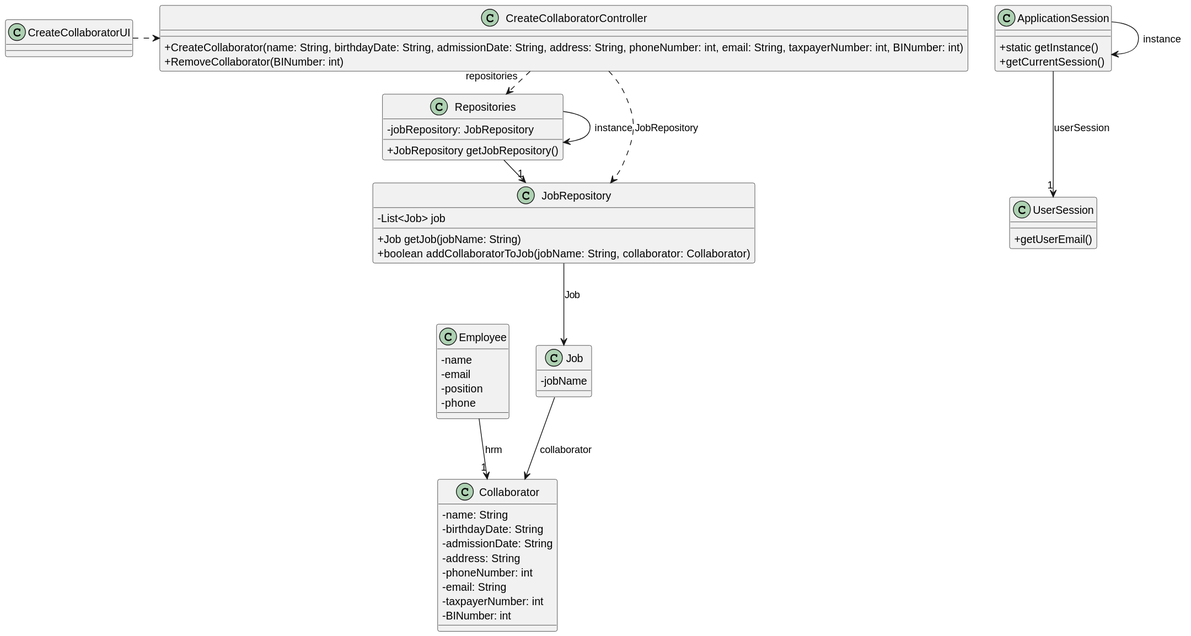
Before: docs/sprintB/us003/03.design/svg/us003-class-diagram.svg, a diagram exported from PlantUML (Departamento-de-Engenharia-Informatica/greenspace-management). Source of this version:
```plantuml
@startuml
skinparam packageStyle rectangle
skinparam shadowing false
skinparam linetype polyline
skinparam linetype orto

skinparam classAttributeIconSize 0


class ApplicationSession
{
    + static getInstance()
    + getCurrentSession()
}

class UserSession
{
    + getUserEmail()
}

class Employee {
    - name
    - email
    - position
    - phone
}

class Job {
    - jobName
}

class Collaborator {
    - name: String
    - birthdayDate: String
    - admissionDate: String
    - address: String
    - phoneNumber: int
    - email: String
    - taxpayerNumber: int
    - BINumber: int
}

class JobRepository{
    - List<Job> job
    + Job getJob(jobName: String)
    + boolean addCollaboratorToJob(jobName: String, collaborator: Collaborator)
}

class CreateCollaboratorUI {
}

class Repositories{
    - jobRepository: JobRepository

    + JobRepository getJobRepository()
}

class CreateCollaboratorController {
    + CreateCollaborator(name: String, birthdayDate: String, admissionDate: String, address: String, phoneNumber: int, email: String, taxpayerNumber: int, BINumber: int)
    + RemoveCollaborator(BINumber: int)
}

Repositories -> Repositories : instance
ApplicationSession -> ApplicationSession : instance

CreateCollaboratorUI .> CreateCollaboratorController

CreateCollaboratorController .> Repositories : repositories

Repositories -> "1" JobRepository

CreateCollaboratorController ..> JobRepository : JobRepository

JobRepository --> Job : Job
Job --> Collaborator : collaborator

ApplicationSession --> "1" UserSession : userSession

Employee --> "1" Collaborator : hrm
@enduml
```
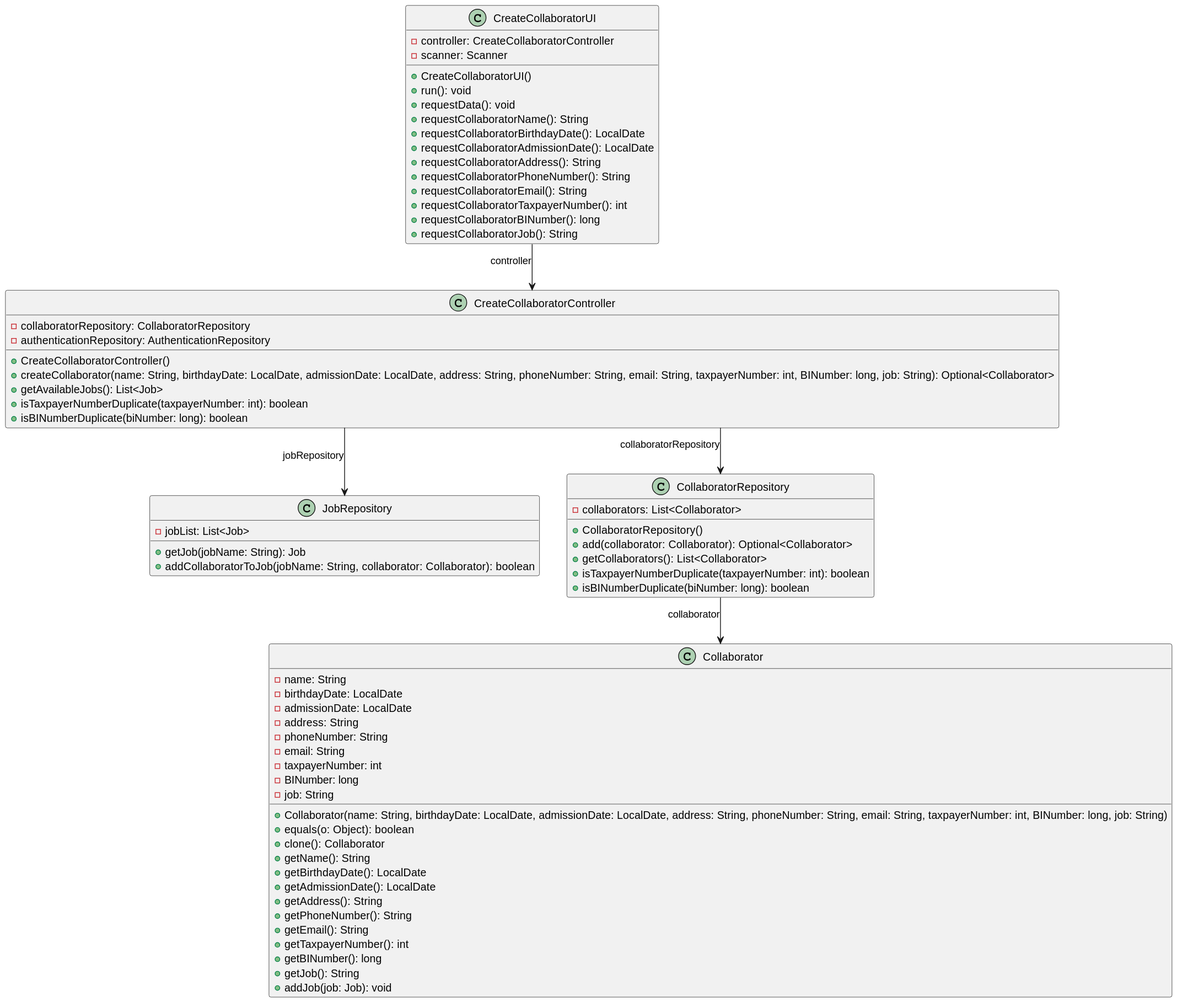
Above is the later version.

What changed in the source:
```diff
@@ -2,79 +2,79 @@
 skinparam packageStyle rectangle
 skinparam shadowing false
 skinparam linetype polyline
-skinparam linetype orto
+skinparam linetype ortho
 
-skinparam classAttributeIconSize 0
+class CreateCollaboratorController {
+    - collaboratorRepository: CollaboratorRepository
+    - authenticationRepository: AuthenticationRepository
+    + CreateCollaboratorController()
+    + createCollaborator(name: String, birthdayDate: LocalDate, admissionDate: LocalDate, address: String, phoneNumber: String, email: String, taxpayerNumber: int, BINumber: long, job: String): Optional<Collaborator>
+    + getAvailableJobs(): List<Job>
+    + isTaxpayerNumberDuplicate(taxpayerNumber: int): boolean
+    + isBINumberDuplicate(biNumber: long): boolean
+}
+
+class CreateCollaboratorUI {
+    - controller: CreateCollaboratorController
+    - scanner: Scanner
+    + CreateCollaboratorUI()
+    + run(): void
+    + requestData(): void
+    + requestCollaboratorName(): String
+    + requestCollaboratorBirthdayDate(): LocalDate
+    + requestCollaboratorAdmissionDate(): LocalDate
+    + requestCollaboratorAddress(): String
+    + requestCollaboratorPhoneNumber(): String
+    + requestCollaboratorEmail(): String
+    + requestCollaboratorTaxpayerNumber(): int
+    + requestCollaboratorBINumber(): long
+    + requestCollaboratorJob(): String
+}
+
+class JobRepository {
+    - jobList: List<Job>
+    + getJob(jobName: String): Job
+    + addCollaboratorToJob(jobName: String, collaborator: Collaborator): boolean
+}
 
 
-class ApplicationSession
-{
-    + static getInstance()
-    + getCurrentSession()
-}
-
-class UserSession
-{
-    + getUserEmail()
-}
-
-class Employee {
-    - name
-    - email
-    - position
-    - phone
-}
-
-class Job {
-    - jobName
-}
 
 class Collaborator {
     - name: String
-    - birthdayDate: String
-    - admissionDate: String
+    - birthdayDate: LocalDate
+    - admissionDate: LocalDate
     - address: String
-    - phoneNumber: int
+    - phoneNumber: String
     - email: String
     - taxpayerNumber: int
-    - BINumber: int
+    - BINumber: long
+    - job: String
+    + Collaborator(name: String, birthdayDate: LocalDate, admissionDate: LocalDate, address: String, phoneNumber: String, email: String, taxpayerNumber: int, BINumber: long, job: String)
+    + equals(o: Object): boolean
+    + clone(): Collaborator
+    + getName(): String
+    + getBirthdayDate(): LocalDate
+    + getAdmissionDate(): LocalDate
+    + getAddress(): String
+    + getPhoneNumber(): String
+    + getEmail(): String
+    + getTaxpayerNumber(): int
+    + getBINumber(): long
+    + getJob(): String
+    + addJob(job: Job): void
 }
 
-class JobRepository{
-    - List<Job> job
-    + Job getJob(jobName: String)
-    + boolean addCollaboratorToJob(jobName: String, collaborator: Collaborator)
+class CollaboratorRepository {
+    - collaborators: List<Collaborator>
+    + CollaboratorRepository()
+    + add(collaborator: Collaborator): Optional<Collaborator>
+    + getCollaborators(): List<Collaborator>
+    + isTaxpayerNumberDuplicate(taxpayerNumber: int): boolean
+    + isBINumberDuplicate(biNumber: long): boolean
 }
 
-class CreateCollaboratorUI {
-}
-
-class Repositories{
-    - jobRepository: JobRepository
-
-    + JobRepository getJobRepository()
-}
-
-class CreateCollaboratorController {
-    + CreateCollaborator(name: String, birthdayDate: String, admissionDate: String, address: String, phoneNumber: int, email: String, taxpayerNumber: int, BINumber: int)
-    + RemoveCollaborator(BINumber: int)
-}
-
-Repositories -> Repositories : instance
-ApplicationSession -> ApplicationSession : instance
-
-CreateCollaboratorUI .> CreateCollaboratorController
-
-CreateCollaboratorController .> Repositories : repositories
-
-Repositories -> "1" JobRepository
-
-CreateCollaboratorController ..> JobRepository : JobRepository
-
-JobRepository --> Job : Job
-Job --> Collaborator : collaborator
-
-ApplicationSession --> "1" UserSession : userSession
-
-Employee --> "1" Collaborator : hrm
+CreateCollaboratorController --> CollaboratorRepository : collaboratorRepository
+CreateCollaboratorUI --> CreateCollaboratorController : controller
+CreateCollaboratorController --> JobRepository : jobRepository
+CollaboratorRepository --> Collaborator : collaborator
 @enduml
```
